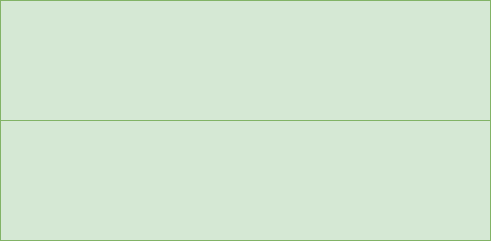
The draw.io diagram Communicating Architecture/UML Activity Diagram/Activity Diagram Partitions.png in smitbmx/Architecture-Diagrams, before a commit. Source tidied: cells renumbered, new cells last; positions are measured from the earlier drawing's top-left corner, leaving out a move shared by most shapes. Source of this version:
```xml
<mxGraphModel>
  <root>
    <mxCell id="0" />
    <mxCell id="1" parent="0" />
    <mxCell id="2" style="rounded=0;whiteSpace=wrap;html=1;fillColor=#d5e8d4;strokeColor=#82b366;" parent="1" vertex="1">
      <mxGeometry width="490" height="120" as="geometry" />
    </mxCell>
    <mxCell id="3" style="rounded=0;whiteSpace=wrap;html=1;fillColor=#d5e8d4;strokeColor=#82b366;" parent="1" vertex="1">
      <mxGeometry y="120" width="490" height="120" as="geometry" />
    </mxCell>
  </root>
</mxGraphModel>
```
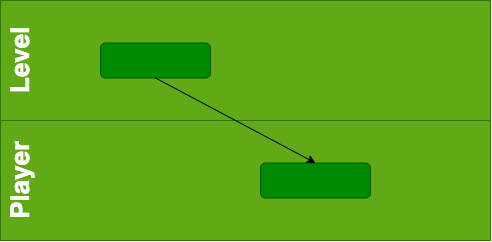
After the commit.

Change to the diagram source:
```diff
@@ -2,11 +2,26 @@
   <root>
     <mxCell id="0" />
     <mxCell id="1" parent="0" />
-    <mxCell id="2" style="rounded=0;whiteSpace=wrap;html=1;fillColor=#d5e8d4;strokeColor=#82b366;" parent="1" vertex="1">
+    <mxCell id="2" style="rounded=0;whiteSpace=wrap;html=1;fillColor=#60a917;strokeColor=#2D7600;fontColor=#ffffff;" parent="1" vertex="1">
       <mxGeometry width="490" height="120" as="geometry" />
     </mxCell>
-    <mxCell id="3" style="rounded=0;whiteSpace=wrap;html=1;fillColor=#d5e8d4;strokeColor=#82b366;" parent="1" vertex="1">
+    <mxCell id="3" style="rounded=0;whiteSpace=wrap;html=1;fillColor=#60a917;strokeColor=#2D7600;fontColor=#ffffff;" parent="1" vertex="1">
       <mxGeometry y="120" width="490" height="120" as="geometry" />
     </mxCell>
+    <mxCell id="4" value="Level" style="text;html=1;strokeColor=none;fillColor=none;align=center;verticalAlign=middle;whiteSpace=wrap;rounded=0;rotation=-90;fontSize=26;fontColor=#FFFFFF;fontStyle=1;" parent="1" vertex="1">
+      <mxGeometry y="50" width="40" height="20" as="geometry" />
+    </mxCell>
+    <mxCell id="5" value="Player" style="text;html=1;strokeColor=none;fillColor=none;align=center;verticalAlign=middle;whiteSpace=wrap;rounded=0;rotation=-90;fontSize=26;fontColor=#FFFFFF;fontStyle=1;" parent="1" vertex="1">
+      <mxGeometry y="170" width="40" height="20" as="geometry" />
+    </mxCell>
+    <mxCell id="6" style="rounded=1;whiteSpace=wrap;html=1;fontSize=26;fontColor=#ffffff;fillColor=#008a00;strokeColor=#005700;" parent="1" vertex="1">
+      <mxGeometry x="100" y="42.5" width="110" height="35" as="geometry" />
+    </mxCell>
+    <mxCell id="7" style="rounded=1;whiteSpace=wrap;html=1;fontSize=26;fontColor=#ffffff;fillColor=#008a00;strokeColor=#005700;" parent="1" vertex="1">
+      <mxGeometry x="260" y="162.5" width="110" height="35" as="geometry" />
+    </mxCell>
+    <mxCell id="8" style="endArrow=classic;html=1;fontSize=26;fontColor=#E1D5E7;exitX=0.5;exitY=1;exitDx=0;exitDy=0;entryX=0.5;entryY=0;entryDx=0;entryDy=0;" parent="1" edge="1" source="6" target="7">
+      <mxGeometry relative="1" as="geometry" />
+    </mxCell>
   </root>
 </mxGraphModel>
```
